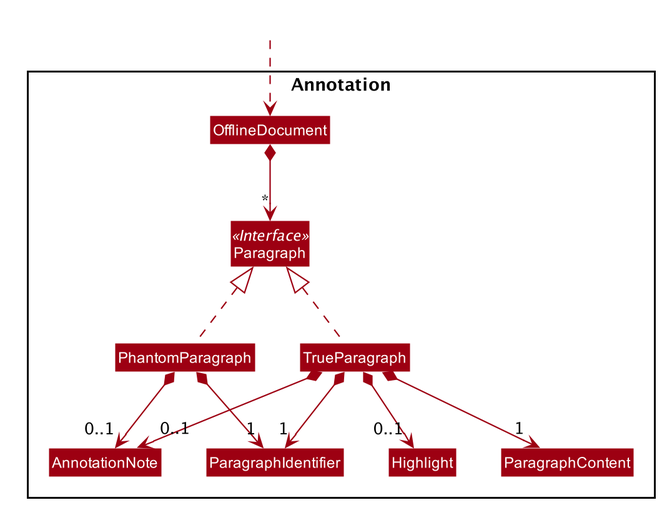
Above: docs/images/AnnotationPackageClassDiagram.png in nus-cs2103-AY1920S1/addressbook-level3 (PlantUML), before the change. Source of this version:
```plantuml
@startuml








skinparam BackgroundColor #FFFFFFF

skinparam Shadowing false

skinparam Class {
    FontColor #FFFFFF
    BorderThickness 1
    BorderColor #FFFFFF
    StereotypeFontColor #FFFFFF
    FontName Arial
}

skinparam Actor {
    BorderColor #000000
    Color #000000
    FontName Arial
}

skinparam Sequence {
    MessageAlign center
    BoxFontSize 15
    BoxPadding 0
    BoxFontColor #FFFFFF
    FontName Arial
}

skinparam Participant {
    FontColor #FFFFFFF
    Padding 20
}

skinparam MinClassWidth 50
skinparam ParticipantPadding 10
skinparam Shadowing false
skinparam DefaultTextAlignment center
skinparam packageStyle Rectangle

hide footbox
hide members
hide circle
skinparam arrowThickness 1.1
skinparam arrowColor #9D0012
skinparam classBackgroundColor #9D0012

Package Annotation {
Interface Paragraph <<Interface>>
Class AnnotationNote
Class Highlight
Class OfflineDocument
Class Paragraph
Class ParagraphContent
Class ParagraphIdentifier
Class PhantomParagraph
Class TrueParagraph
}

Class HiddenOutside #FFFFFF
HiddenOutside ..> OfflineDocument

OfflineDocument *--> "*" Paragraph
TrueParagraph .up.|> Paragraph
PhantomParagraph .up.|> Paragraph

PhantomParagraph *--> "1" ParagraphIdentifier
PhantomParagraph *--> "0..1" AnnotationNote

TrueParagraph *--> "1" ParagraphIdentifier
TrueParagraph *--> "1" ParagraphContent
TrueParagraph *--> "0..1" AnnotationNote
TrueParagraph *--> "0..1" Highlight

@enduml
```
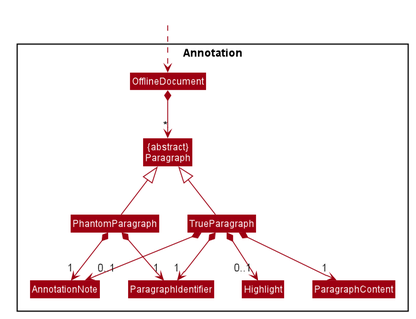
The same file after the commit.

The edit, as a diff of the source:
```diff
@@ -52,7 +52,7 @@
 skinparam classBackgroundColor #9D0012
 
 Package Annotation {
-Interface Paragraph <<Interface>>
+Class "{abstract}\nParagraph" as Paragraph
 Class AnnotationNote
 Class Highlight
 Class OfflineDocument
@@ -67,11 +67,11 @@
 HiddenOutside ..> OfflineDocument
 
 OfflineDocument *--> "*" Paragraph
-TrueParagraph .up.|> Paragraph
-PhantomParagraph .up.|> Paragraph
+TrueParagraph -up-|> Paragraph
+PhantomParagraph -up-|> Paragraph
 
 PhantomParagraph *--> "1" ParagraphIdentifier
-PhantomParagraph *--> "0..1" AnnotationNote
+PhantomParagraph *--> "1" AnnotationNote
 
 TrueParagraph *--> "1" ParagraphIdentifier
 TrueParagraph *--> "1" ParagraphContent
```
